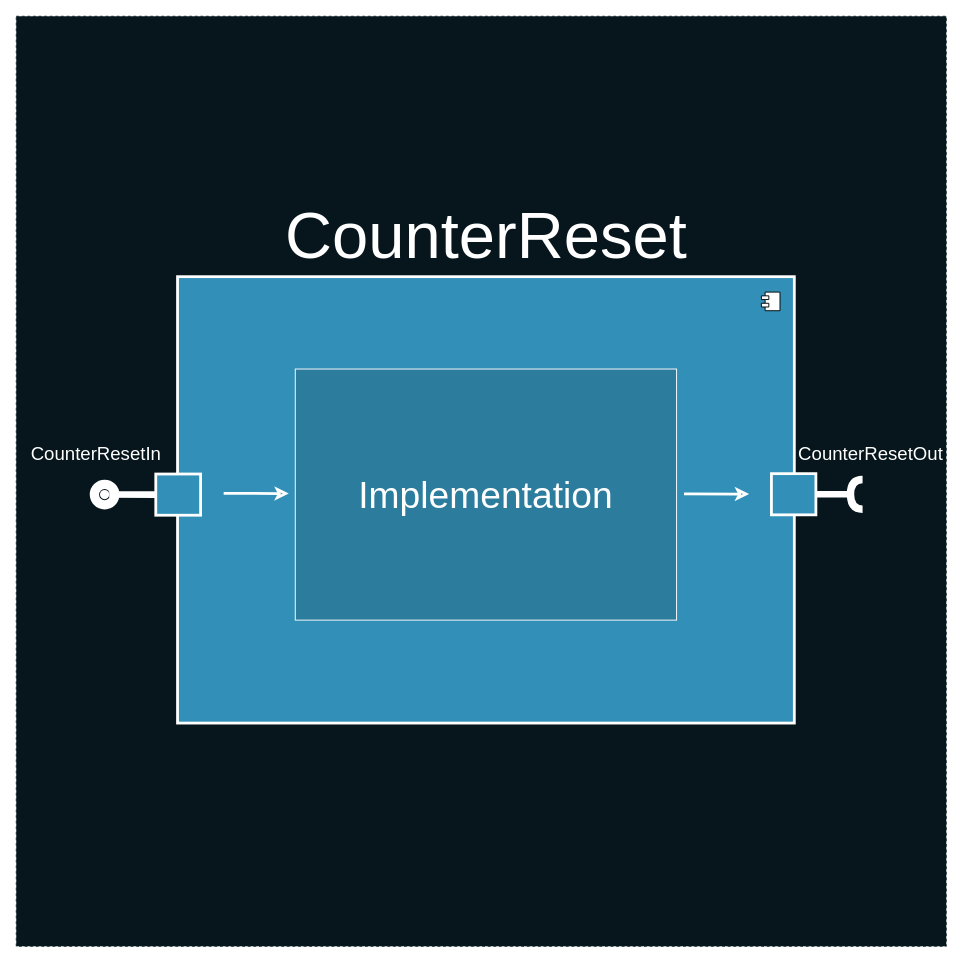
Earlier version of the draw.io diagram deck/ru/diagrams/CounterResetModuleImplementation.drawio (AlexanderLapygin/ca-react-rest-api-starter). Source tidied: cells renumbered, new cells numbered last; positions are measured from the earlier drawing's top-left corner, leaving out a move shared by most shapes. Both pictures are drawn from the tidied source at 93%, with x=0, y=0 at pixel (16, 16).
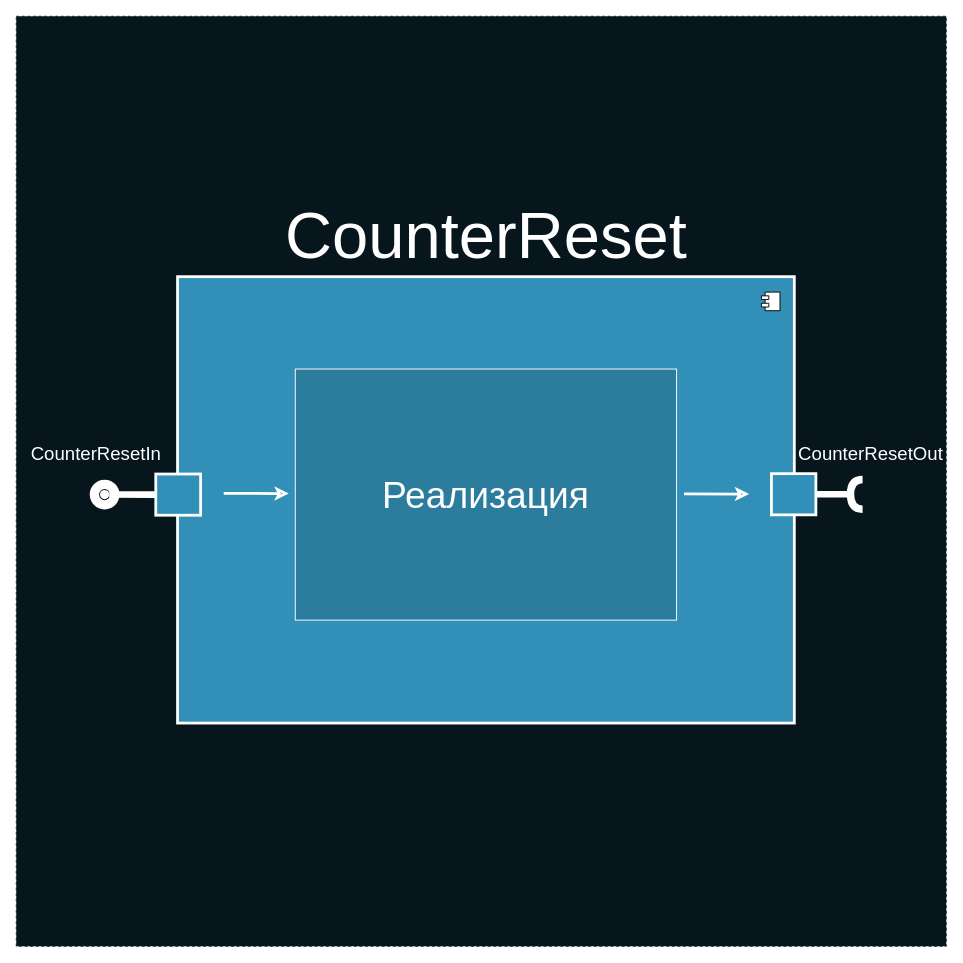
After the change.

The change refers to these unchanged cells:
```xml
<mxCell id="6" style="group;" parent="3" vertex="1">
  <mxGeometry width="787.8" height="480" as="geometry" />
</mxCell>
```

Change to the diagram source:
```diff
@@
-    <mxCell id="13" value="&lt;font color=&quot;#ffffff&quot; style=&quot;font-size: 40px&quot;&gt;Implementation&lt;/font&gt;" style="rounded=0;whiteSpace=wrap;html=1;strokeColor=#FFFFFF;fillColor=#2C7C9E;" parent="6" vertex="1">
+    <mxCell id="13" value="&lt;font color=&quot;#ffffff&quot; style=&quot;font-size: 40px&quot;&gt;Реализация&lt;/font&gt;" style="rounded=0;whiteSpace=wrap;html=1;strokeColor=#FFFFFF;fillColor=#2C7C9E;" parent="6" vertex="1">
       <mxGeometry x="210" y="99.3" width="410" height="270" as="geometry" />
     </mxCell>
```
